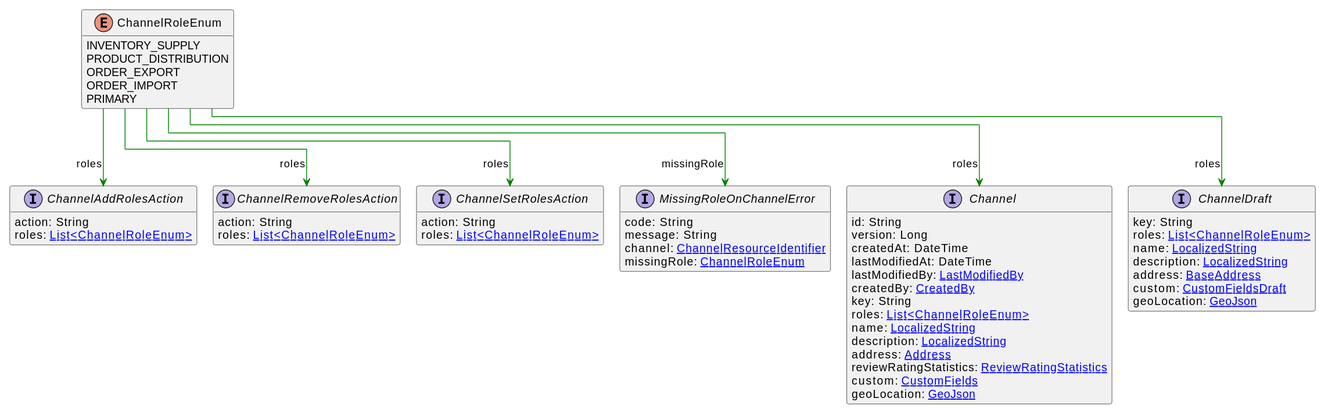
Before: uml/api/svg/ChannelRoleEnum.svg, a diagram exported from PlantUML (commercetools/commercetools-api-reference). Source of this version:
```plantuml
@startuml
!pragma layout elk
hide methods
enum ChannelRoleEnum {
    INVENTORY_SUPPLY
    PRODUCT_DISTRIBUTION
    ORDER_EXPORT
    ORDER_IMPORT
    PRIMARY
}
interface Channel [[Channel.svg]]  {
    id: String
    version: Long
    createdAt: DateTime
    lastModifiedAt: DateTime
    lastModifiedBy: [[LastModifiedBy.svg LastModifiedBy]]
    createdBy: [[CreatedBy.svg CreatedBy]]
    key: String
    roles: [[ChannelRoleEnum.svg List<ChannelRoleEnum>]]
    name: [[LocalizedString.svg LocalizedString]]
    description: [[LocalizedString.svg LocalizedString]]
    address: [[Address.svg Address]]
    reviewRatingStatistics: [[ReviewRatingStatistics.svg ReviewRatingStatistics]]
    custom: [[CustomFields.svg CustomFields]]
    geoLocation: [[GeoJson.svg GeoJson]]
}
interface ChannelDraft [[ChannelDraft.svg]]  {
    key: String
    roles: [[ChannelRoleEnum.svg List<ChannelRoleEnum>]]
    name: [[LocalizedString.svg LocalizedString]]
    description: [[LocalizedString.svg LocalizedString]]
    address: [[BaseAddress.svg BaseAddress]]
    custom: [[CustomFieldsDraft.svg CustomFieldsDraft]]
    geoLocation: [[GeoJson.svg GeoJson]]
}
interface ChannelAddRolesAction [[ChannelAddRolesAction.svg]]  {
    action: String
    roles: [[ChannelRoleEnum.svg List<ChannelRoleEnum>]]
}
interface ChannelRemoveRolesAction [[ChannelRemoveRolesAction.svg]]  {
    action: String
    roles: [[ChannelRoleEnum.svg List<ChannelRoleEnum>]]
}
interface ChannelSetRolesAction [[ChannelSetRolesAction.svg]]  {
    action: String
    roles: [[ChannelRoleEnum.svg List<ChannelRoleEnum>]]
}
interface MissingRoleOnChannelError [[MissingRoleOnChannelError.svg]]  {
    code: String
    message: String
    channel: [[ChannelResourceIdentifier.svg ChannelResourceIdentifier]]
    missingRole: [[ChannelRoleEnum.svg ChannelRoleEnum]]
}
ChannelRoleEnum --> Channel #green;text:green : "roles"
ChannelRoleEnum --> ChannelDraft #green;text:green : "roles"
ChannelRoleEnum --> ChannelAddRolesAction #green;text:green : "roles"
ChannelRoleEnum --> ChannelRemoveRolesAction #green;text:green : "roles"
ChannelRoleEnum --> ChannelSetRolesAction #green;text:green : "roles"
ChannelRoleEnum --> MissingRoleOnChannelError #green;text:green : "missingRole"
@enduml
```
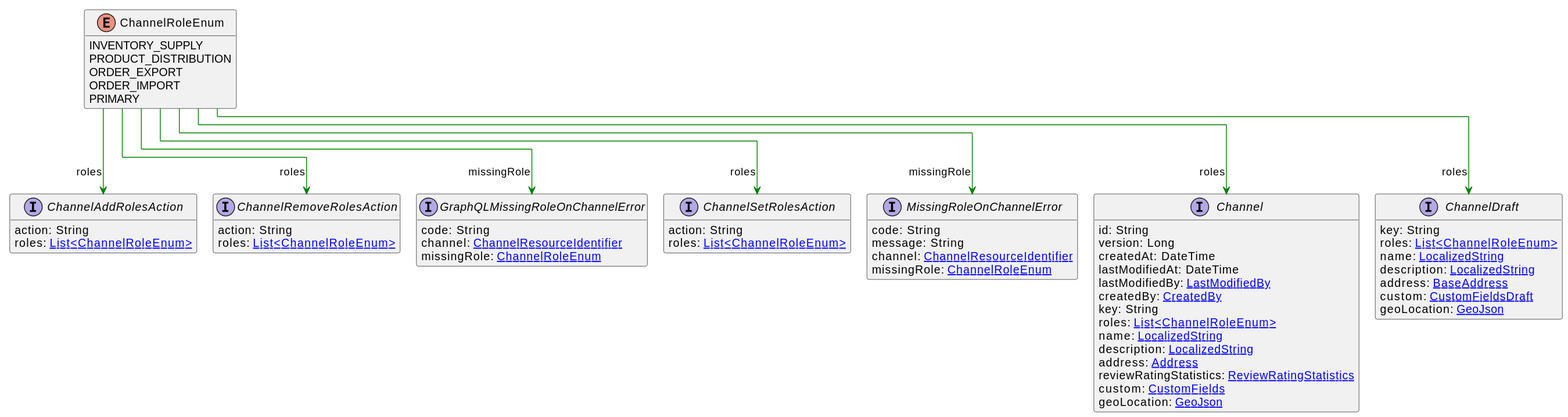
The same file after the commit.

Change to the diagram source:
```diff
@@ -51,10 +51,16 @@
     channel: [[ChannelResourceIdentifier.svg ChannelResourceIdentifier]]
     missingRole: [[ChannelRoleEnum.svg ChannelRoleEnum]]
 }
+interface GraphQLMissingRoleOnChannelError [[GraphQLMissingRoleOnChannelError.svg]]  {
+    code: String
+    channel: [[ChannelResourceIdentifier.svg ChannelResourceIdentifier]]
+    missingRole: [[ChannelRoleEnum.svg ChannelRoleEnum]]
+}
 ChannelRoleEnum --> Channel #green;text:green : "roles"
 ChannelRoleEnum --> ChannelDraft #green;text:green : "roles"
 ChannelRoleEnum --> ChannelAddRolesAction #green;text:green : "roles"
 ChannelRoleEnum --> ChannelRemoveRolesAction #green;text:green : "roles"
 ChannelRoleEnum --> ChannelSetRolesAction #green;text:green : "roles"
 ChannelRoleEnum --> MissingRoleOnChannelError #green;text:green : "missingRole"
+ChannelRoleEnum --> GraphQLMissingRoleOnChannelError #green;text:green : "missingRole"
 @enduml
```
